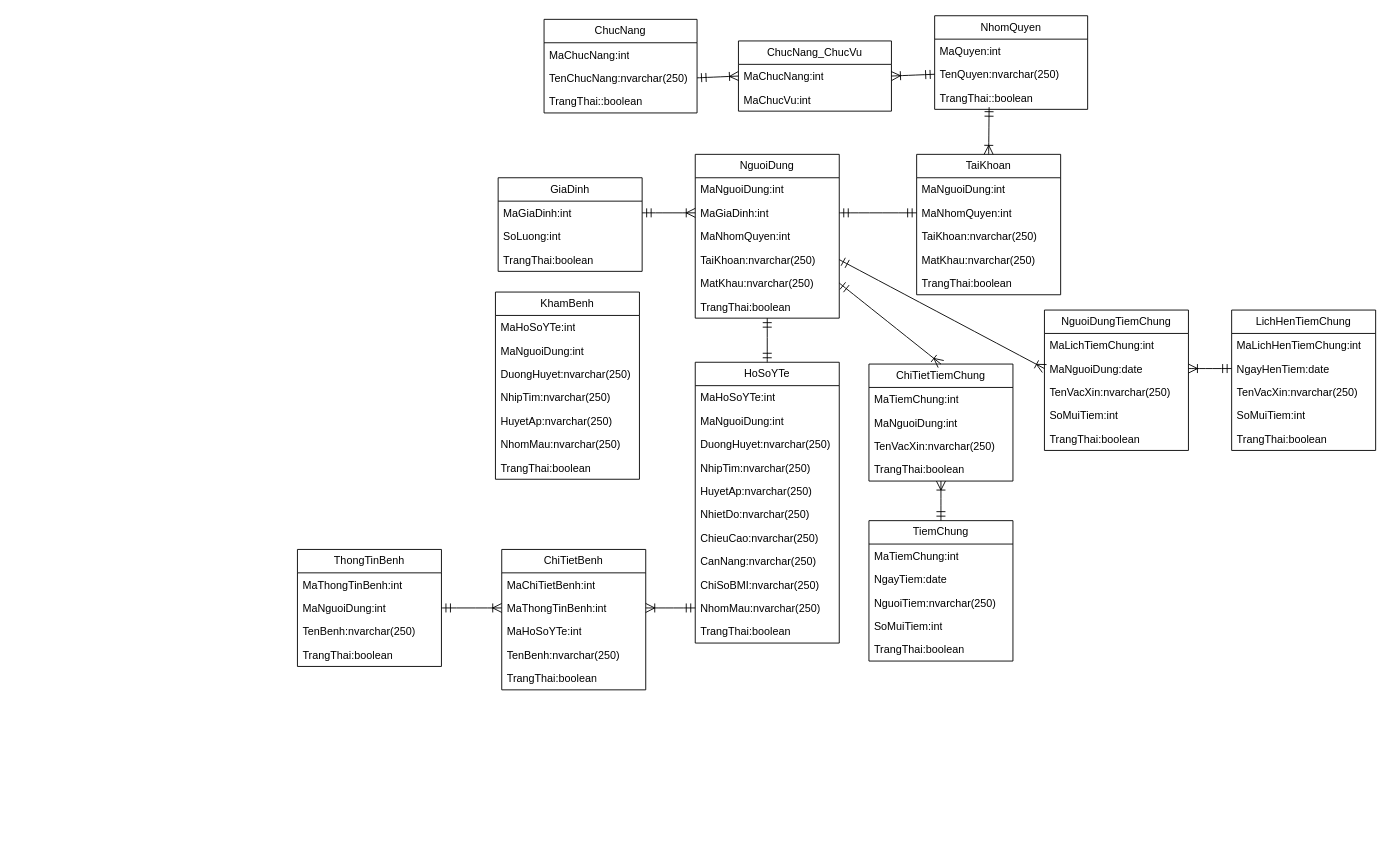
maivantai2003/vercelDemo keeps this draw.io diagram as nhatkykhamsukhoe.drawio. Above is the earlier version. Source tidied: cells renumbered, new cells numbered last; positions are measured from the earlier drawing's top-left corner, leaving out a move shared by most shapes. Both pictures are drawn from the tidied source at 90%, with x=0, y=0 at pixel (297, 15).
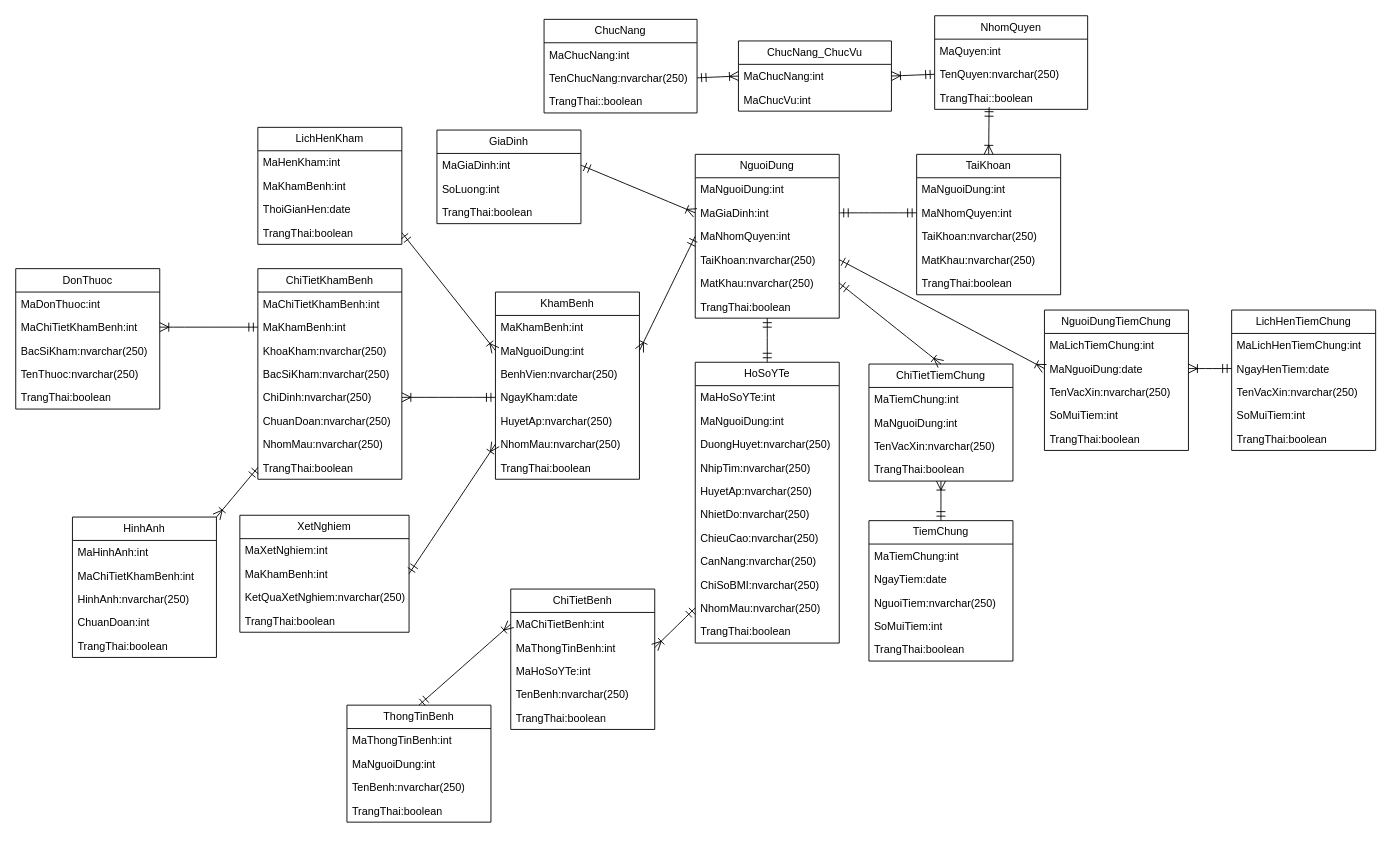
Above is the later version.

Unchanged cells that the change refers to:
```xml
<mxCell id="25" value="MaNhomQuyen:int" style="text;strokeColor=none;fillColor=none;align=left;verticalAlign=top;spacingLeft=4;spacingRight=4;overflow=hidden;points=[[0,0.5],[1,0.5]];portConstraint=eastwest;whiteSpace=wrap;html=1;" parent="22" vertex="1">
  <mxGeometry y="78" width="160" height="26" as="geometry" />
</mxCell>
<mxCell id="50" value="MaNguoiDung:int" style="text;strokeColor=none;fillColor=none;align=left;verticalAlign=top;spacingLeft=4;spacingRight=4;overflow=hidden;points=[[0,0.5],[1,0.5]];portConstraint=eastwest;whiteSpace=wrap;html=1;" parent="48" vertex="1">
  <mxGeometry y="52" width="160" height="26" as="geometry" />
</mxCell>
<mxCell id="54" value="MaChiTietBenh:int" style="text;strokeColor=none;fillColor=none;align=left;verticalAlign=top;spacingLeft=4;spacingRight=4;overflow=hidden;points=[[0,0.5],[1,0.5]];portConstraint=eastwest;whiteSpace=wrap;html=1;" parent="53" vertex="1">
  <mxGeometry y="26" width="160" height="26" as="geometry" />
</mxCell>
<mxCell id="55" value="MaThongTinBenh:int" style="text;strokeColor=none;fillColor=none;align=left;verticalAlign=top;spacingLeft=4;spacingRight=4;overflow=hidden;points=[[0,0.5],[1,0.5]];portConstraint=eastwest;whiteSpace=wrap;html=1;" parent="53" vertex="1">
  <mxGeometry y="52" width="160" height="26" as="geometry" />
</mxCell>
<mxCell id="74" value="KhamBenh" style="swimlane;fontStyle=0;horizontal=1;startSize=26;fillColor=none;whiteSpace=wrap;html=1;" parent="1" vertex="1">
  <mxGeometry x="220" y="307" width="160" height="208" as="geometry" />
</mxCell>
<mxCell id="76" value="MaNguoiDung:int" style="text;strokeColor=none;fillColor=none;align=left;verticalAlign=top;spacingLeft=4;spacingRight=4;overflow=hidden;points=[[0,0.5],[1,0.5]];portConstraint=eastwest;whiteSpace=wrap;html=1;" parent="74" vertex="1">
  <mxGeometry y="52" width="160" height="26" as="geometry" />
</mxCell>
<mxCell id="80" value="NhomMau:nvarchar(250)" style="text;strokeColor=none;fillColor=none;align=left;verticalAlign=top;spacingLeft=4;spacingRight=4;overflow=hidden;points=[[0,0.5],[1,0.5]];portConstraint=eastwest;whiteSpace=wrap;html=1;" parent="74" vertex="1">
  <mxGeometry y="156" width="160" height="26" as="geometry" />
</mxCell>
```

The edit, as a diff of the source:
```diff
@@
     <mxCell id="30" value="GiaDinh" style="swimlane;fontStyle=0;horizontal=1;startSize=26;fillColor=none;whiteSpace=wrap;html=1;" parent="1" vertex="1">
-      <mxGeometry x="223" y="180" width="160" height="104" as="geometry" />
+      <mxGeometry x="155" y="127" width="160" height="104" as="geometry" />
     </mxCell>
@@
     <mxCell id="48" value="ThongTinBenh" style="swimlane;fontStyle=0;horizontal=1;startSize=26;fillColor=none;whiteSpace=wrap;html=1;" parent="1" vertex="1">
-      <mxGeometry y="593" width="160" height="130" as="geometry" />
+      <mxGeometry x="55" y="766" width="160" height="130" as="geometry" />
     </mxCell>
@@
     <mxCell id="53" value="ChiTietBenh" style="swimlane;fontStyle=0;horizontal=1;startSize=26;fillColor=none;whiteSpace=wrap;html=1;" parent="1" vertex="1">
-      <mxGeometry x="227" y="593" width="160" height="156" as="geometry" />
+      <mxGeometry x="237" y="637" width="160" height="156" as="geometry" />
     </mxCell>
@@
-    <mxCell id="59" style="edgeStyle=none;curved=1;rounded=0;jettySize=auto;html=1;exitX=1;exitY=0.5;exitDx=0;exitDy=0;entryX=0;entryY=0.5;entryDx=0;entryDy=0;fontSize=12;startSize=8;endSize=8;endArrow=ERoneToMany;endFill=0;startArrow=ERmandOne;startFill=0;" parent="1" edge="1" source="50" target="55">
+    <mxCell id="59" style="edgeStyle=none;curved=1;rounded=0;jettySize=auto;html=1;exitX=0.5;exitY=0;exitDx=0;exitDy=0;entryX=0;entryY=0.5;entryDx=0;entryDy=0;fontSize=12;startSize=8;endSize=8;endArrow=ERoneToMany;endFill=0;startArrow=ERmandOne;startFill=0;" parent="1" edge="1" source="48" target="54">
       <mxGeometry relative="1" as="geometry" />
     </mxCell>
@@
-    <mxCell id="75" value="MaHoSoYTe:int" style="text;strokeColor=none;fillColor=none;align=left;verticalAlign=top;spacingLeft=4;spacingRight=4;overflow=hidden;whiteSpace=wrap;html=1;" parent="74" vertex="1">
+    <mxCell id="75" value="MaKhamBenh:int" style="text;strokeColor=none;fillColor=none;align=left;verticalAlign=top;spacingLeft=4;spacingRight=4;overflow=hidden;whiteSpace=wrap;html=1;" parent="74" vertex="1">
       <mxGeometry y="26" width="160" height="26" as="geometry" />
     </mxCell>
@@
-    <mxCell id="77" value="DuongHuyet:nvarchar(250)" style="text;strokeColor=none;fillColor=none;align=left;verticalAlign=top;spacingLeft=4;spacingRight=4;overflow=hidden;whiteSpace=wrap;html=1;" parent="74" vertex="1">
+    <mxCell id="77" value="BenhVien:nvarchar(250)" style="text;strokeColor=none;fillColor=none;align=left;verticalAlign=top;spacingLeft=4;spacingRight=4;overflow=hidden;whiteSpace=wrap;html=1;" parent="74" vertex="1">
       <mxGeometry y="78" width="160" height="26" as="geometry" />
     </mxCell>
-    <mxCell id="78" value="NhipTim:nvarchar(250)" style="text;strokeColor=none;fillColor=none;align=left;verticalAlign=top;spacingLeft=4;spacingRight=4;overflow=hidden;points=[[0,0.5],[1,0.5]];portConstraint=eastwest;whiteSpace=wrap;html=1;" parent="74" vertex="1">
+    <mxCell id="78" value="NgayKham:date" style="text;strokeColor=none;fillColor=none;align=left;verticalAlign=top;spacingLeft=4;spacingRight=4;overflow=hidden;points=[[0,0.5],[1,0.5]];portConstraint=eastwest;whiteSpace=wrap;html=1;" parent="74" vertex="1">
       <mxGeometry y="104" width="160" height="26" as="geometry" />
     </mxCell>
@@
+    <mxCell id="96" style="edgeStyle=none;curved=1;rounded=0;jettySize=auto;html=1;exitX=0;exitY=0.5;exitDx=0;exitDy=0;entryX=1;entryY=0.5;entryDx=0;entryDy=0;fontSize=12;startSize=8;endSize=8;endArrow=ERoneToMany;endFill=0;startArrow=ERmandOne;startFill=0;" parent="1" edge="1" source="25" target="76">
+      <mxGeometry relative="1" as="geometry" />
+    </mxCell>
+    <mxCell id="97" value="ChiTietKhamBenh" style="swimlane;fontStyle=0;horizontal=1;startSize=26;fillColor=none;whiteSpace=wrap;html=1;" parent="1" vertex="1">
+      <mxGeometry x="-44" y="281" width="160" height="234" as="geometry" />
+    </mxCell>
+    <mxCell id="98" value="MaChiTietKhamBenh:int" style="text;strokeColor=none;fillColor=none;align=left;verticalAlign=top;spacingLeft=4;spacingRight=4;overflow=hidden;whiteSpace=wrap;html=1;" parent="97" vertex="1">
+      <mxGeometry y="26" width="160" height="26" as="geometry" />
+    </mxCell>
+    <mxCell id="99" value="MaKhamBenh:int" style="text;strokeColor=none;fillColor=none;align=left;verticalAlign=top;spacingLeft=4;spacingRight=4;overflow=hidden;points=[[0,0.5],[1,0.5]];portConstraint=eastwest;whiteSpace=wrap;html=1;" parent="97" vertex="1">
+      <mxGeometry y="52" width="160" height="26" as="geometry" />
+    </mxCell>
+    <mxCell id="100" value="KhoaKham:nvarchar(250)" style="text;strokeColor=none;fillColor=none;align=left;verticalAlign=top;spacingLeft=4;spacingRight=4;overflow=hidden;whiteSpace=wrap;html=1;" parent="97" vertex="1">
+      <mxGeometry y="78" width="160" height="26" as="geometry" />
+    </mxCell>
+    <mxCell id="101" value="BacSiKham:nvarchar(250)" style="text;strokeColor=none;fillColor=none;align=left;verticalAlign=top;spacingLeft=4;spacingRight=4;overflow=hidden;whiteSpace=wrap;html=1;" parent="97" vertex="1">
+      <mxGeometry y="104" width="160" height="26" as="geometry" />
+    </mxCell>
+    <mxCell id="102" value="ChiDinh:nvarchar(250)" style="text;strokeColor=none;fillColor=none;align=left;verticalAlign=top;spacingLeft=4;spacingRight=4;overflow=hidden;points=[[0,0.5],[1,0.5]];portConstraint=eastwest;whiteSpace=wrap;html=1;" parent="97" vertex="1">
+      <mxGeometry y="130" width="160" height="26" as="geometry" />
+    </mxCell>
+    <mxCell id="103" value="ChuanDoan:nvarchar(250)" style="text;strokeColor=none;fillColor=none;align=left;verticalAlign=top;spacingLeft=4;spacingRight=4;overflow=hidden;whiteSpace=wrap;html=1;" parent="97" vertex="1">
+      <mxGeometry y="156" width="160" height="26" as="geometry" />
+    </mxCell>
+    <mxCell id="104" value="NhomMau:nvarchar(250)" style="text;strokeColor=none;fillColor=none;align=left;verticalAlign=top;spacingLeft=4;spacingRight=4;overflow=hidden;whiteSpace=wrap;html=1;" parent="97" vertex="1">
+      <mxGeometry y="182" width="160" height="26" as="geometry" />
+    </mxCell>
+    <mxCell id="105" value="TrangThai:boolean" style="text;strokeColor=none;fillColor=none;align=left;verticalAlign=top;spacingLeft=4;spacingRight=4;overflow=hidden;points=[[0,0.5],[1,0.5]];portConstraint=eastwest;whiteSpace=wrap;html=1;" parent="97" vertex="1">
+      <mxGeometry y="208" width="160" height="26" as="geometry" />
+    </mxCell>
+    <mxCell id="106" style="edgeStyle=none;curved=1;rounded=0;jettySize=auto;html=1;exitX=1;exitY=0.5;exitDx=0;exitDy=0;entryX=0;entryY=0.5;entryDx=0;entryDy=0;fontSize=12;startSize=8;endSize=8;startArrow=ERoneToMany;startFill=0;endArrow=ERmandOne;endFill=0;" parent="1" edge="1" source="102" target="78">
+      <mxGeometry relative="1" as="geometry" />
+    </mxCell>
+    <mxCell id="107" value="DonThuoc" style="swimlane;fontStyle=0;horizontal=1;startSize=26;fillColor=none;whiteSpace=wrap;html=1;" parent="1" vertex="1">
+      <mxGeometry x="-313" y="281" width="160" height="156" as="geometry" />
+    </mxCell>
+    <mxCell id="108" value="MaDonThuoc:int" style="text;strokeColor=none;fillColor=none;align=left;verticalAlign=top;spacingLeft=4;spacingRight=4;overflow=hidden;whiteSpace=wrap;html=1;" parent="107" vertex="1">
+      <mxGeometry y="26" width="160" height="26" as="geometry" />
+    </mxCell>
+    <mxCell id="109" value="MaChiTietKhamBenh:int" style="text;strokeColor=none;fillColor=none;align=left;verticalAlign=top;spacingLeft=4;spacingRight=4;overflow=hidden;points=[[0,0.5],[1,0.5]];portConstraint=eastwest;whiteSpace=wrap;html=1;" parent="107" vertex="1">
+      <mxGeometry y="52" width="160" height="26" as="geometry" />
+    </mxCell>
+    <mxCell id="110" value="BacSiKham:nvarchar(250)" style="text;strokeColor=none;fillColor=none;align=left;verticalAlign=top;spacingLeft=4;spacingRight=4;overflow=hidden;whiteSpace=wrap;html=1;" parent="107" vertex="1">
+      <mxGeometry y="78" width="160" height="26" as="geometry" />
+    </mxCell>
+    <mxCell id="111" value="TenThuoc:nvarchar(250)" style="text;strokeColor=none;fillColor=none;align=left;verticalAlign=top;spacingLeft=4;spacingRight=4;overflow=hidden;whiteSpace=wrap;html=1;" parent="107" vertex="1">
+      <mxGeometry y="104" width="160" height="26" as="geometry" />
+    </mxCell>
+    <mxCell id="112" value="TrangThai:boolean" style="text;strokeColor=none;fillColor=none;align=left;verticalAlign=top;spacingLeft=4;spacingRight=4;overflow=hidden;whiteSpace=wrap;html=1;" parent="107" vertex="1">
+      <mxGeometry y="130" width="160" height="26" as="geometry" />
+    </mxCell>
+    <mxCell id="113" style="edgeStyle=none;curved=1;rounded=0;jettySize=auto;html=1;exitX=1;exitY=0;exitDx=0;exitDy=0;entryX=0;entryY=0.5;entryDx=0;entryDy=0;fontSize=12;startSize=8;endSize=8;startArrow=ERoneToMany;startFill=0;endArrow=ERmandOne;endFill=0;" parent="1" edge="1" source="114" target="105">
+      <mxGeometry relative="1" as="geometry" />
+    </mxCell>
+    <mxCell id="114" value="HinhAnh" style="swimlane;fontStyle=0;horizontal=1;startSize=26;fillColor=none;whiteSpace=wrap;html=1;" parent="1" vertex="1">
+      <mxGeometry x="-250" y="557" width="160" height="156" as="geometry" />
+    </mxCell>
+    <mxCell id="115" value="MaHinhAnh:int" style="text;strokeColor=none;fillColor=none;align=left;verticalAlign=top;spacingLeft=4;spacingRight=4;overflow=hidden;whiteSpace=wrap;html=1;" parent="114" vertex="1">
+      <mxGeometry y="26" width="160" height="26" as="geometry" />
+    </mxCell>
+    <mxCell id="116" value="MaChiTietKhamBenh:int" style="text;strokeColor=none;fillColor=none;align=left;verticalAlign=top;spacingLeft=4;spacingRight=4;overflow=hidden;whiteSpace=wrap;html=1;" parent="114" vertex="1">
+      <mxGeometry y="52" width="160" height="26" as="geometry" />
+    </mxCell>
+    <mxCell id="117" value="HinhAnh:nvarchar(250)" style="text;strokeColor=none;fillColor=none;align=left;verticalAlign=top;spacingLeft=4;spacingRight=4;overflow=hidden;whiteSpace=wrap;html=1;" parent="114" vertex="1">
+      <mxGeometry y="78" width="160" height="26" as="geometry" />
+    </mxCell>
+    <mxCell id="118" value="ChuanDoan:int" style="text;strokeColor=none;fillColor=none;align=left;verticalAlign=top;spacingLeft=4;spacingRight=4;overflow=hidden;whiteSpace=wrap;html=1;" parent="114" vertex="1">
+      <mxGeometry y="104" width="160" height="26" as="geometry" />
+    </mxCell>
+    <mxCell id="119" value="TrangThai:boolean" style="text;strokeColor=none;fillColor=none;align=left;verticalAlign=top;spacingLeft=4;spacingRight=4;overflow=hidden;whiteSpace=wrap;html=1;" parent="114" vertex="1">
+      <mxGeometry y="130" width="160" height="26" as="geometry" />
+    </mxCell>
+    <mxCell id="120" style="edgeStyle=none;curved=1;rounded=0;jettySize=auto;html=1;exitX=1;exitY=0.5;exitDx=0;exitDy=0;entryX=0;entryY=0.5;entryDx=0;entryDy=0;fontSize=12;startSize=8;endSize=8;startArrow=ERoneToMany;startFill=0;endArrow=ERmandOne;endFill=0;" parent="1" edge="1" source="109" target="99">
+      <mxGeometry relative="1" as="geometry" />
+    </mxCell>
+    <mxCell id="121" value="LichHenKham" style="swimlane;fontStyle=0;horizontal=1;startSize=26;fillColor=none;whiteSpace=wrap;html=1;" parent="1" vertex="1">
+      <mxGeometry x="-44" y="124" width="160" height="130" as="geometry" />
+    </mxCell>
+    <mxCell id="122" value="MaHenKham:int" style="text;strokeColor=none;fillColor=none;align=left;verticalAlign=top;spacingLeft=4;spacingRight=4;overflow=hidden;whiteSpace=wrap;html=1;" parent="121" vertex="1">
+      <mxGeometry y="26" width="160" height="26" as="geometry" />
+    </mxCell>
+    <mxCell id="123" value="MaKhamBenh:int" style="text;strokeColor=none;fillColor=none;align=left;verticalAlign=top;spacingLeft=4;spacingRight=4;overflow=hidden;whiteSpace=wrap;html=1;" parent="121" vertex="1">
+      <mxGeometry y="52" width="160" height="26" as="geometry" />
+    </mxCell>
+    <mxCell id="124" value="ThoiGianHen:date" style="text;strokeColor=none;fillColor=none;align=left;verticalAlign=top;spacingLeft=4;spacingRight=4;overflow=hidden;whiteSpace=wrap;html=1;" parent="121" vertex="1">
+      <mxGeometry y="78" width="160" height="26" as="geometry" />
+    </mxCell>
+    <mxCell id="125" value="TrangThai:boolean" style="text;strokeColor=none;fillColor=none;align=left;verticalAlign=top;spacingLeft=4;spacingRight=4;overflow=hidden;points=[[0,0.5],[1,0.5]];portConstraint=eastwest;whiteSpace=wrap;html=1;" parent="121" vertex="1">
+      <mxGeometry y="104" width="160" height="26" as="geometry" />
+    </mxCell>
+    <mxCell id="126" style="edgeStyle=none;curved=1;rounded=0;jettySize=auto;html=1;exitX=1;exitY=0.5;exitDx=0;exitDy=0;entryX=0;entryY=0.5;entryDx=0;entryDy=0;fontSize=12;startSize=8;endSize=8;endArrow=ERoneToMany;endFill=0;startArrow=ERmandOne;startFill=0;" parent="1" edge="1" source="125" target="76">
+      <mxGeometry relative="1" as="geometry" />
+    </mxCell>
+    <mxCell id="127" value="XetNghiem" style="swimlane;fontStyle=0;horizontal=1;startSize=26;fillColor=none;whiteSpace=wrap;html=1;" parent="1" vertex="1">
+      <mxGeometry x="-64" y="555" width="188" height="130" as="geometry" />
+    </mxCell>
+    <mxCell id="128" value="MaXetNghiem:int" style="text;strokeColor=none;fillColor=none;align=left;verticalAlign=top;spacingLeft=4;spacingRight=4;overflow=hidden;whiteSpace=wrap;html=1;" parent="127" vertex="1">
+      <mxGeometry y="26" width="188" height="26" as="geometry" />
+    </mxCell>
+    <mxCell id="129" value="MaKhamBenh:int" style="text;strokeColor=none;fillColor=none;align=left;verticalAlign=top;spacingLeft=4;spacingRight=4;overflow=hidden;points=[[0,0.5],[1,0.5]];portConstraint=eastwest;whiteSpace=wrap;html=1;" parent="127" vertex="1">
+      <mxGeometry y="52" width="188" height="26" as="geometry" />
+    </mxCell>
+    <mxCell id="130" value="KetQuaXetNghiem:nvarchar(250)" style="text;strokeColor=none;fillColor=none;align=left;verticalAlign=top;spacingLeft=4;spacingRight=4;overflow=hidden;whiteSpace=wrap;html=1;" parent="127" vertex="1">
+      <mxGeometry y="78" width="188" height="26" as="geometry" />
+    </mxCell>
+    <mxCell id="131" value="TrangThai:boolean" style="text;strokeColor=none;fillColor=none;align=left;verticalAlign=top;spacingLeft=4;spacingRight=4;overflow=hidden;whiteSpace=wrap;html=1;" parent="127" vertex="1">
+      <mxGeometry y="104" width="188" height="26" as="geometry" />
+    </mxCell>
+    <mxCell id="132" style="edgeStyle=none;curved=1;rounded=0;jettySize=auto;html=1;exitX=1;exitY=0.5;exitDx=0;exitDy=0;entryX=0;entryY=0.5;entryDx=0;entryDy=0;fontSize=12;startSize=8;endSize=8;endArrow=ERoneToMany;endFill=0;startArrow=ERmandOne;startFill=0;" parent="1" edge="1" source="129" target="80">
+      <mxGeometry relative="1" as="geometry" />
+    </mxCell>
```
